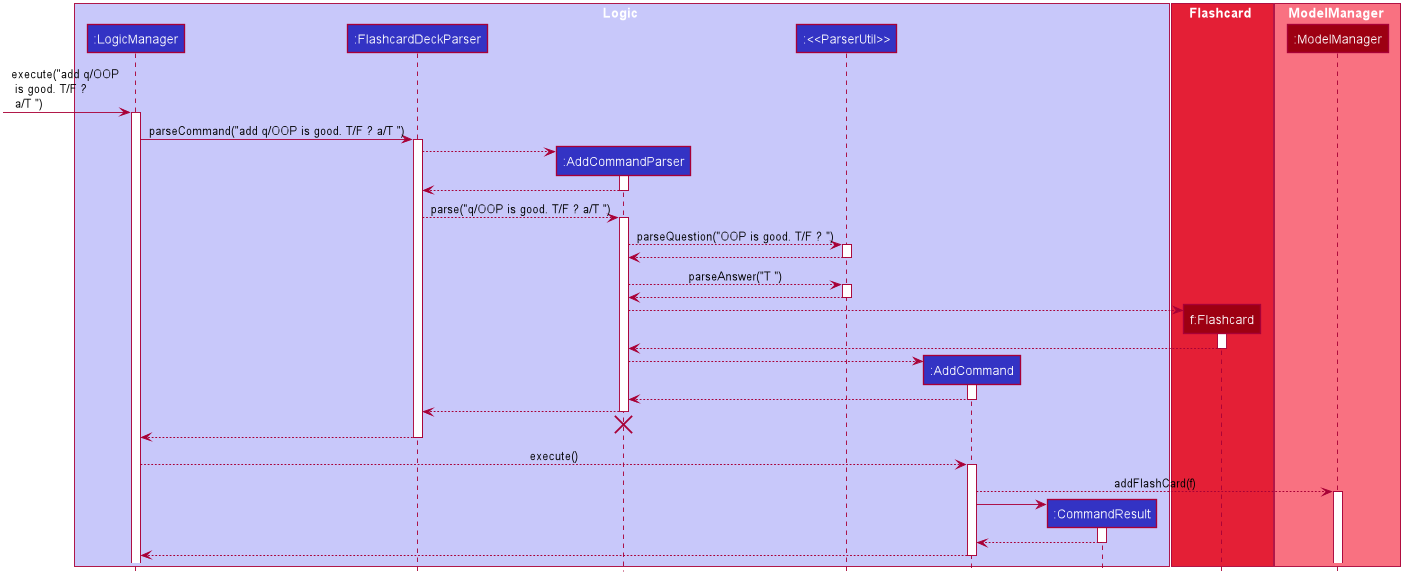
The PlantUML diagram docs/images/AddSequenceDiagram.png in nus-cs2103-AY2021S1/tp, before a commit.
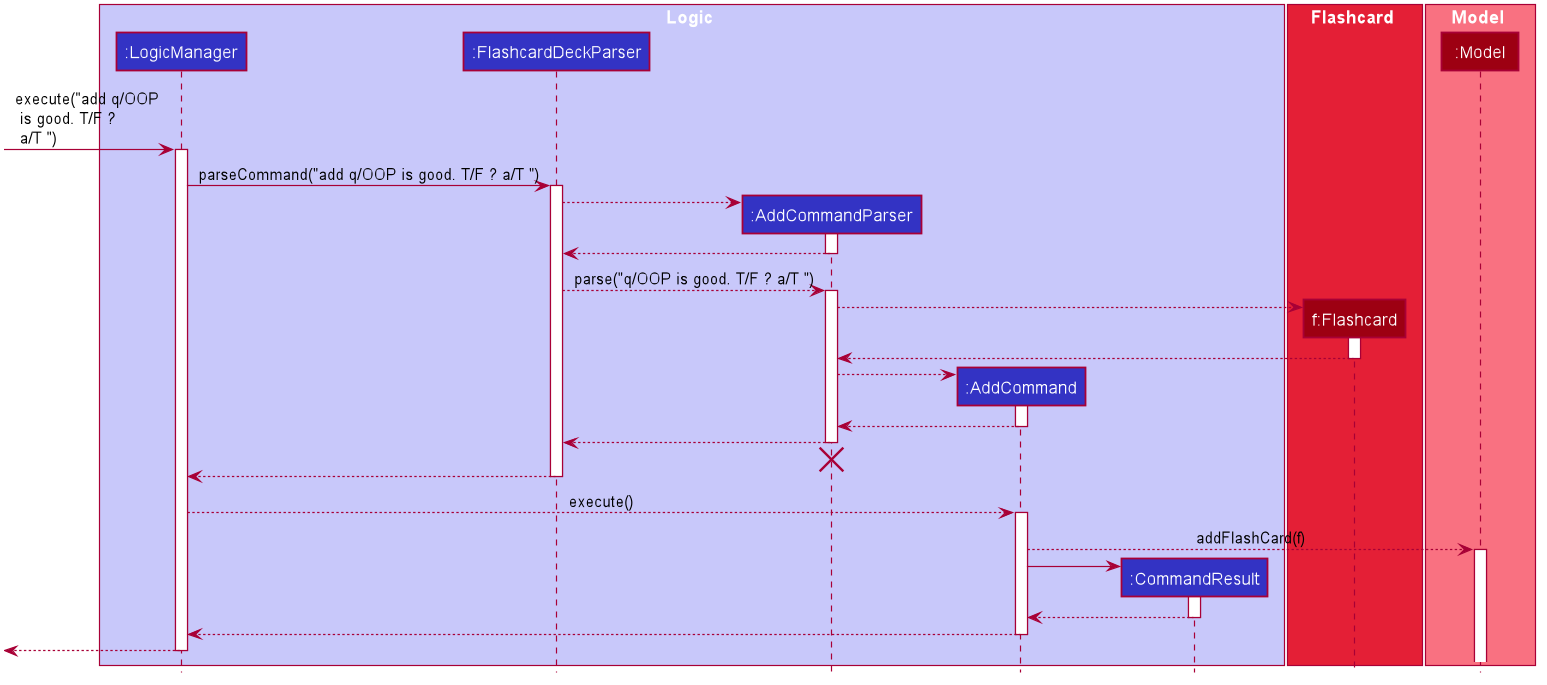
After the commit.

What changed in the source:
```diff
@@ -52,7 +52,6 @@
 participant ":LogicManager" as LogicManager #3333C4
 participant ":FlashcardDeckParser" as FlashcardDeckParser #3333C4
 participant ":AddCommandParser" as AddCommandParser #3333C4
-participant ":<<ParserUtil>>" as ParserUtil #3333C4
 participant ":AddCommand" as AddCommand #3333C4
 participant ":CommandResult" as CommandResult #3333C4
 
@@ -62,8 +61,8 @@
 participant "f:Flashcard" as Flashcard #9D0012
 end box
 
-box ModelManager #F97181
-participant ":ModelManager" as ModelManager #9D0012
+box Model #F97181
+participant ":Model" as Model #9D0012
 end box
 
 [-> LogicManager :  execute("add q/OOP \l is good. T/F ? \l a/T ")
@@ -81,18 +80,6 @@
 
 FlashcardDeckParser --> AddCommandParser : parse("q/OOP is good. T/F ? a/T ")
 activate AddCommandParser
-
-AddCommandParser --> ParserUtil :parseQuestion("OOP is good. T/F ? ")
-activate ParserUtil
-
-ParserUtil --> AddCommandParser
-deactivate ParserUtil
-
-AddCommandParser --> ParserUtil :parseAnswer("T ")
-activate ParserUtil
-
-ParserUtil --> AddCommandParser
-deactivate ParserUtil
 
 create Flashcard
 AddCommandParser --> Flashcard
@@ -119,8 +106,8 @@
 LogicManager --> AddCommand : execute()
 activate AddCommand
 
-AddCommand --> ModelManager: addFlashCard(f)
-activate ModelManager
+AddCommand --> Model: addFlashCard(f)
+activate Model
 
 create CommandResult
 AddCommand -> CommandResult
@@ -132,4 +119,7 @@
 AddCommand -->LogicManager
 deactivate AddCommand
 
+[<--LogicManager
+deactivate LogicManager
+
 @enduml
```
